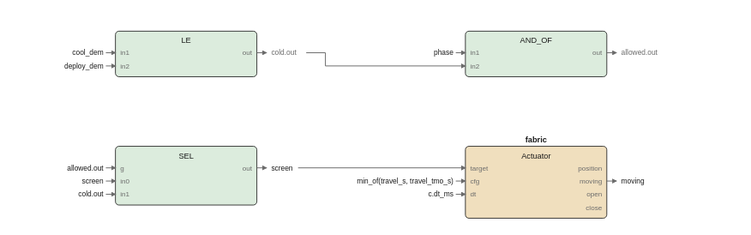
The draw.io diagram images/logic/screen_fbd.drawio.svg in pstch/botanik2, before a commit. Source tidied: cells renumbered, new cells last; positions are measured from the earlier drawing's top-left corner, leaving out a move shared by most shapes.
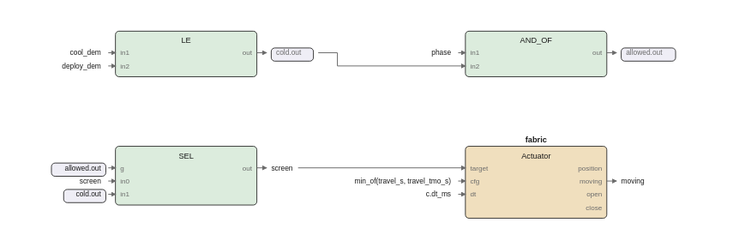
The same diagram one commit later.

What changed in the source:
```diff
@@ -80,129 +80,124 @@
     <mxCell id="27" value="close" style="text;html=1;whiteSpace=nowrap;fontSize=6;fontColor=#6b6b6b;align=right;verticalAlign=middle;" parent="1" vertex="1">
       <mxGeometry x="436" y="142.7" width="20" height="9.8" as="geometry" />
     </mxCell>
-    <mxCell id="28" style="edgeStyle=none;html=1;strokeColor=#6b6b6b;endArrow=block;" parent="1" edge="1">
+    <mxCell id="28" style="edgeStyle=none;html=1;strokeColor=#6b6b6b;endArrow=block;exitX=1;exitY=0.3673;exitDx=0;exitDy=0;" parent="1" edge="1" source="12">
       <mxGeometry relative="1" as="geometry">
-        <mxPoint x="168" y="114" as="sourcePoint" />
         <mxPoint x="176" y="114" as="targetPoint" />
       </mxGeometry>
     </mxCell>
     <mxCell id="29" value="screen" style="text;html=1;whiteSpace=nowrap;fontSize=6;fontColor=#1a1a1a;align=left;verticalAlign=middle;" parent="1" vertex="1">
       <mxGeometry x="180" y="109.5" width="23.8" height="10" as="geometry" />
     </mxCell>
-    <mxCell id="30" style="edgeStyle=none;html=1;strokeColor=#6b6b6b;endArrow=block;" parent="1" edge="1">
+    <mxCell id="30" style="edgeStyle=none;html=1;strokeColor=#6b6b6b;endArrow=block;exitX=1;exitY=0.4833;exitDx=0;exitDy=0;" parent="1" edge="1" source="18">
       <mxGeometry relative="1" as="geometry">
-        <mxPoint x="460" y="125" as="sourcePoint" />
         <mxPoint x="468" y="125" as="targetPoint" />
       </mxGeometry>
     </mxCell>
     <mxCell id="31" value="moving" style="text;html=1;whiteSpace=nowrap;fontSize=6;fontColor=#1a1a1a;align=left;verticalAlign=middle;" parent="1" vertex="1">
       <mxGeometry x="472" y="120.5" width="23.8" height="10" as="geometry" />
     </mxCell>
-    <mxCell id="32" style="edgeStyle=none;html=1;strokeColor=#6b6b6b;endArrow=block;" parent="1" edge="1">
+    <mxCell id="32" style="edgeStyle=none;html=1;strokeColor=#6b6b6b;endArrow=block;exitX=1;exitY=0.4737;exitDx=0;exitDy=0;" parent="1" edge="1" source="7">
       <mxGeometry relative="1" as="geometry">
-        <mxPoint x="460" y="18" as="sourcePoint" />
         <mxPoint x="468" y="18" as="targetPoint" />
       </mxGeometry>
     </mxCell>
-    <mxCell id="33" value="allowed.out" style="text;html=1;whiteSpace=nowrap;fontSize=6;fontColor=#6b6b6b;align=left;verticalAlign=middle;" parent="1" vertex="1">
-      <mxGeometry x="472" y="13.5" width="40.3" height="10" as="geometry" />
+    <mxCell id="33" style="rounded=1;fillColor=#efeef6;strokeColor=#1a1a1a;whiteSpace=wrap;html=1;fontSize=8;" parent="1" vertex="1">
+      <mxGeometry x="472" y="14" width="45.4" height="11" as="geometry" />
     </mxCell>
-    <mxCell id="34" style="edgeStyle=none;html=1;strokeColor=#6b6b6b;endArrow=block;" parent="1" edge="1">
-      <mxGeometry relative="1" as="geometry">
-        <mxPoint x="168" y="18" as="sourcePoint" />
-        <mxPoint x="176" y="18" as="targetPoint" />
-      </mxGeometry>
-    </mxCell>
+    <mxCell id="54" value="allowed.out" style="text;html=1;whiteSpace=nowrap;fontSize=6;fontColor=#6b6b6b;align=left;verticalAlign=middle;" parent="1" vertex="1">
+      <mxGeometry x="476" y="13.5" width="40.3" height="10" as="geometry" />
+    </mxCell>
+    <mxCell id="55" style="edgeStyle=none;html=1;strokeColor=#6b6b6b;endArrow=block;exitX=1;exitY=0.4737;exitDx=0;exitDy=0;" parent="1" edge="1" source="2">
+      <mxGeometry relative="1" as="geometry">
+        <mxPoint x="176" y="18" as="targetPoint" />
+      </mxGeometry>
+    </mxCell>
+    <mxCell id="56" style="rounded=1;fillColor=#efeef6;strokeColor=#1a1a1a;whiteSpace=wrap;html=1;fontSize=8;" parent="1" vertex="1">
+      <mxGeometry x="180" y="14" width="35.2" height="11" as="geometry" />
+    </mxCell>
     <mxCell id="35" value="cold.out" style="text;html=1;whiteSpace=nowrap;fontSize=6;fontColor=#6b6b6b;align=left;verticalAlign=middle;" parent="1" vertex="1">
-      <mxGeometry x="180" y="13.5" width="30.4" height="10" as="geometry" />
+      <mxGeometry x="184" y="13.5" width="30.4" height="10" as="geometry" />
     </mxCell>
-    <mxCell id="36" style="edgeStyle=none;html=1;strokeColor=#6b6b6b;endArrow=block;" parent="1" edge="1">
-      <mxGeometry relative="1" as="geometry">
-        <mxPoint x="209.2" y="18" as="sourcePoint" />
-        <mxPoint x="342" y="29" as="targetPoint" />
-        <Array as="points">
-          <mxPoint x="225.2" y="18" />
-          <mxPoint x="225.2" y="29" />
-        </Array>
-      </mxGeometry>
-    </mxCell>
-    <mxCell id="37" style="edgeStyle=none;html=1;strokeColor=#6b6b6b;endArrow=block;" parent="1" edge="1">
-      <mxGeometry relative="1" as="geometry">
-        <mxPoint x="202.4" y="114" as="sourcePoint" />
-        <mxPoint x="342" y="114" as="targetPoint" />
-      </mxGeometry>
-    </mxCell>
-    <mxCell id="38" value="cool_dem" style="text;html=1;whiteSpace=nowrap;fontSize=6;fontColor=#1a1a1a;align=right;verticalAlign=middle;" parent="1" vertex="1">
-      <mxGeometry x="9.6" y="13.5" width="30.4" height="10" as="geometry" />
-    </mxCell>
+    <mxCell id="57" style="edgeStyle=none;html=1;strokeColor=#6b6b6b;endArrow=block;exitX=1;exitY=0.4737;exitDx=0;exitDy=0;entryX=0;entryY=0.7632;entryDx=0;entryDy=0;" parent="1" edge="1" source="2" target="7">
+      <mxGeometry relative="1" as="geometry">
+        <Array as="points">
+          <mxPoint x="235.2" y="18" />
+          <mxPoint x="235.2" y="29" />
+        </Array>
+      </mxGeometry>
+    </mxCell>
-    <mxCell id="39" style="edgeStyle=none;html=1;strokeColor=#6b6b6b;endArrow=block;" parent="1" edge="1">
-      <mxGeometry relative="1" as="geometry">
-        <mxPoint x="42" y="18" as="sourcePoint" />
-        <mxPoint x="50" y="18" as="targetPoint" />
-      </mxGeometry>
+    <mxCell id="39" style="edgeStyle=none;html=1;strokeColor=#6b6b6b;endArrow=block;exitX=1;exitY=0.3673;exitDx=0;exitDy=0;entryX=0;entryY=0.3;entryDx=0;entryDy=0;" parent="1" edge="1" source="12" target="18">
+      <mxGeometry relative="1" as="geometry" />
     </mxCell>
-    <mxCell id="40" value="deploy_dem" style="text;html=1;whiteSpace=nowrap;fontSize=6;fontColor=#1a1a1a;align=right;verticalAlign=middle;" parent="1" vertex="1">
-      <mxGeometry x="3" y="24.5" width="37" height="10" as="geometry" />
+    <mxCell id="40" value="cool_dem" style="text;html=1;whiteSpace=nowrap;fontSize=6;fontColor=#1a1a1a;align=right;verticalAlign=middle;" parent="1" vertex="1">
+      <mxGeometry x="7.6" y="13.5" width="30.4" height="10" as="geometry" />
     </mxCell>
-    <mxCell id="41" style="edgeStyle=none;html=1;strokeColor=#6b6b6b;endArrow=block;" parent="1" edge="1">
+    <mxCell id="41" style="edgeStyle=none;html=1;strokeColor=#6b6b6b;endArrow=block;entryX=0;entryY=0.4737;entryDx=0;entryDy=0;" parent="1" edge="1" target="2">
       <mxGeometry relative="1" as="geometry">
-        <mxPoint x="42" y="29" as="sourcePoint" />
-        <mxPoint x="50" y="29" as="targetPoint" />
+        <mxPoint x="44" y="18" as="sourcePoint" />
       </mxGeometry>
     </mxCell>
-    <mxCell id="42" value="phase" style="text;html=1;whiteSpace=nowrap;fontSize=6;fontColor=#1a1a1a;align=right;verticalAlign=middle;" parent="1" vertex="1">
-      <mxGeometry x="311.5" y="13.5" width="20.5" height="10" as="geometry" />
+    <mxCell id="42" value="deploy_dem" style="text;html=1;whiteSpace=nowrap;fontSize=6;fontColor=#1a1a1a;align=right;verticalAlign=middle;" parent="1" vertex="1">
+      <mxGeometry x="1" y="24.5" width="37" height="10" as="geometry" />
     </mxCell>
-    <mxCell id="43" style="edgeStyle=none;html=1;strokeColor=#6b6b6b;endArrow=block;" parent="1" edge="1">
+    <mxCell id="43" style="edgeStyle=none;html=1;strokeColor=#6b6b6b;endArrow=block;entryX=0;entryY=0.7632;entryDx=0;entryDy=0;" parent="1" edge="1" target="2">
       <mxGeometry relative="1" as="geometry">
-        <mxPoint x="334" y="18" as="sourcePoint" />
-        <mxPoint x="342" y="18" as="targetPoint" />
+        <mxPoint x="44" y="29" as="sourcePoint" />
       </mxGeometry>
     </mxCell>
-    <mxCell id="44" value="allowed.out" style="text;html=1;whiteSpace=nowrap;fontSize=6;fontColor=#1a1a1a;align=right;verticalAlign=middle;" parent="1" vertex="1">
-      <mxGeometry x="-0.3" y="109.5" width="40.3" height="10" as="geometry" />
+    <mxCell id="44" value="phase" style="text;html=1;whiteSpace=nowrap;fontSize=6;fontColor=#1a1a1a;align=right;verticalAlign=middle;" parent="1" vertex="1">
+      <mxGeometry x="309.5" y="13.5" width="20.5" height="10" as="geometry" />
     </mxCell>
-    <mxCell id="45" style="edgeStyle=none;html=1;strokeColor=#6b6b6b;endArrow=block;" parent="1" edge="1">
+    <mxCell id="45" style="edgeStyle=none;html=1;strokeColor=#6b6b6b;endArrow=block;entryX=0;entryY=0.4737;entryDx=0;entryDy=0;" parent="1" edge="1" target="7">
       <mxGeometry relative="1" as="geometry">
-        <mxPoint x="42" y="114" as="sourcePoint" />
-        <mxPoint x="50" y="114" as="targetPoint" />
+        <mxPoint x="336" y="18" as="sourcePoint" />
       </mxGeometry>
     </mxCell>
-    <mxCell id="46" value="screen" style="text;html=1;whiteSpace=nowrap;fontSize=6;fontColor=#1a1a1a;align=right;verticalAlign=middle;" parent="1" vertex="1">
-      <mxGeometry x="16.2" y="120.5" width="23.8" height="10" as="geometry" />
+    <mxCell id="46" style="rounded=1;fillColor=#efeef6;strokeColor=#1a1a1a;whiteSpace=wrap;html=1;fontSize=8;" parent="1" vertex="1">
+      <mxGeometry x="-3.4" y="110" width="45.4" height="11" as="geometry" />
     </mxCell>
-    <mxCell id="47" style="edgeStyle=none;html=1;strokeColor=#6b6b6b;endArrow=block;" parent="1" edge="1">
-      <mxGeometry relative="1" as="geometry">
-        <mxPoint x="42" y="125" as="sourcePoint" />
-        <mxPoint x="50" y="125" as="targetPoint" />
-      </mxGeometry>
-    </mxCell>
-    <mxCell id="48" value="cold.out" style="text;html=1;whiteSpace=nowrap;fontSize=6;fontColor=#1a1a1a;align=right;verticalAlign=middle;" parent="1" vertex="1">
-      <mxGeometry x="9.6" y="131.5" width="30.4" height="10" as="geometry" />
-    </mxCell>
-    <mxCell id="49" style="edgeStyle=none;html=1;strokeColor=#6b6b6b;endArrow=block;" parent="1" edge="1">
-      <mxGeometry relative="1" as="geometry">
-        <mxPoint x="42" y="136" as="sourcePoint" />
-        <mxPoint x="50" y="136" as="targetPoint" />
-      </mxGeometry>
-    </mxCell>
-    <mxCell id="50" value="min_of(travel_s, travel_tmo_s)" style="text;html=1;whiteSpace=nowrap;fontSize=6;fontColor=#1a1a1a;align=right;verticalAlign=middle;" parent="1" vertex="1">
-      <mxGeometry x="229" y="120.5" width="103" height="10" as="geometry" />
-    </mxCell>
-    <mxCell id="51" style="edgeStyle=none;html=1;strokeColor=#6b6b6b;endArrow=block;" parent="1" edge="1">
-      <mxGeometry relative="1" as="geometry">
-        <mxPoint x="334" y="125" as="sourcePoint" />
-        <mxPoint x="342" y="125" as="targetPoint" />
-      </mxGeometry>
-    </mxCell>
+    <mxCell id="58" value="allowed.out" style="text;html=1;whiteSpace=nowrap;fontSize=6;fontColor=#1a1a1a;align=right;verticalAlign=middle;" parent="1" vertex="1">
+      <mxGeometry x="-2.3" y="109.5" width="40.3" height="10" as="geometry" />
+    </mxCell>
+    <mxCell id="59" style="edgeStyle=none;html=1;strokeColor=#6b6b6b;endArrow=block;entryX=0;entryY=0.3673;entryDx=0;entryDy=0;" parent="1" edge="1" target="12">
+      <mxGeometry relative="1" as="geometry">
+        <mxPoint x="44" y="114" as="sourcePoint" />
+      </mxGeometry>
+    </mxCell>
+    <mxCell id="60" value="screen" style="text;html=1;whiteSpace=nowrap;fontSize=6;fontColor=#1a1a1a;align=right;verticalAlign=middle;" parent="1" vertex="1">
+      <mxGeometry x="14.2" y="120.5" width="23.8" height="10" as="geometry" />
+    </mxCell>
+    <mxCell id="61" style="edgeStyle=none;html=1;strokeColor=#6b6b6b;endArrow=block;entryX=0;entryY=0.5918;entryDx=0;entryDy=0;" parent="1" edge="1" target="12">
+      <mxGeometry relative="1" as="geometry">
+        <mxPoint x="44" y="125" as="sourcePoint" />
+      </mxGeometry>
+    </mxCell>
+    <mxCell id="62" style="rounded=1;fillColor=#efeef6;strokeColor=#1a1a1a;whiteSpace=wrap;html=1;fontSize=8;" parent="1" vertex="1">
+      <mxGeometry x="6.8" y="132" width="35.2" height="11" as="geometry" />
+    </mxCell>
-    <mxCell id="52" value="c.dt_ms" style="text;html=1;whiteSpace=nowrap;fontSize=6;fontColor=#1a1a1a;align=right;verticalAlign=middle;" parent="1" vertex="1">
-      <mxGeometry x="304.9" y="131.5" width="27.1" height="10" as="geometry" />
+    <mxCell id="52" value="cold.out" style="text;html=1;whiteSpace=nowrap;fontSize=6;fontColor=#1a1a1a;align=right;verticalAlign=middle;" parent="1" vertex="1">
+      <mxGeometry x="7.6" y="131.5" width="30.4" height="10" as="geometry" />
     </mxCell>
-    <mxCell id="53" style="edgeStyle=none;html=1;strokeColor=#6b6b6b;endArrow=block;" parent="1" edge="1">
+    <mxCell id="53" style="edgeStyle=none;html=1;strokeColor=#6b6b6b;endArrow=block;entryX=0;entryY=0.8163;entryDx=0;entryDy=0;" parent="1" edge="1" target="12">
       <mxGeometry relative="1" as="geometry">
-        <mxPoint x="334" y="136" as="sourcePoint" />
-        <mxPoint x="342" y="136" as="targetPoint" />
+        <mxPoint x="44" y="136" as="sourcePoint" />
       </mxGeometry>
     </mxCell>
+    <mxCell id="50" value="min_of(travel_s, travel_tmo_s)" style="text;html=1;whiteSpace=nowrap;fontSize=6;fontColor=#1a1a1a;align=right;verticalAlign=middle;" parent="1" vertex="1">
+      <mxGeometry x="227" y="120.5" width="103" height="10" as="geometry" />
+    </mxCell>
+    <mxCell id="63" style="edgeStyle=none;html=1;strokeColor=#6b6b6b;endArrow=block;entryX=0;entryY=0.4833;entryDx=0;entryDy=0;" parent="1" edge="1" target="18">
+      <mxGeometry relative="1" as="geometry">
+        <mxPoint x="336" y="125" as="sourcePoint" />
+      </mxGeometry>
+    </mxCell>
+    <mxCell id="64" value="c.dt_ms" style="text;html=1;whiteSpace=nowrap;fontSize=6;fontColor=#1a1a1a;align=right;verticalAlign=middle;" parent="1" vertex="1">
+      <mxGeometry x="302.9" y="131.5" width="27.1" height="10" as="geometry" />
+    </mxCell>
+    <mxCell id="65" style="edgeStyle=none;html=1;strokeColor=#6b6b6b;endArrow=block;entryX=0;entryY=0.6667;entryDx=0;entryDy=0;" parent="1" edge="1" target="18">
+      <mxGeometry relative="1" as="geometry">
+        <mxPoint x="336" y="136" as="sourcePoint" />
+      </mxGeometry>
+    </mxCell>
   </root>
 </mxGraphModel>
```
